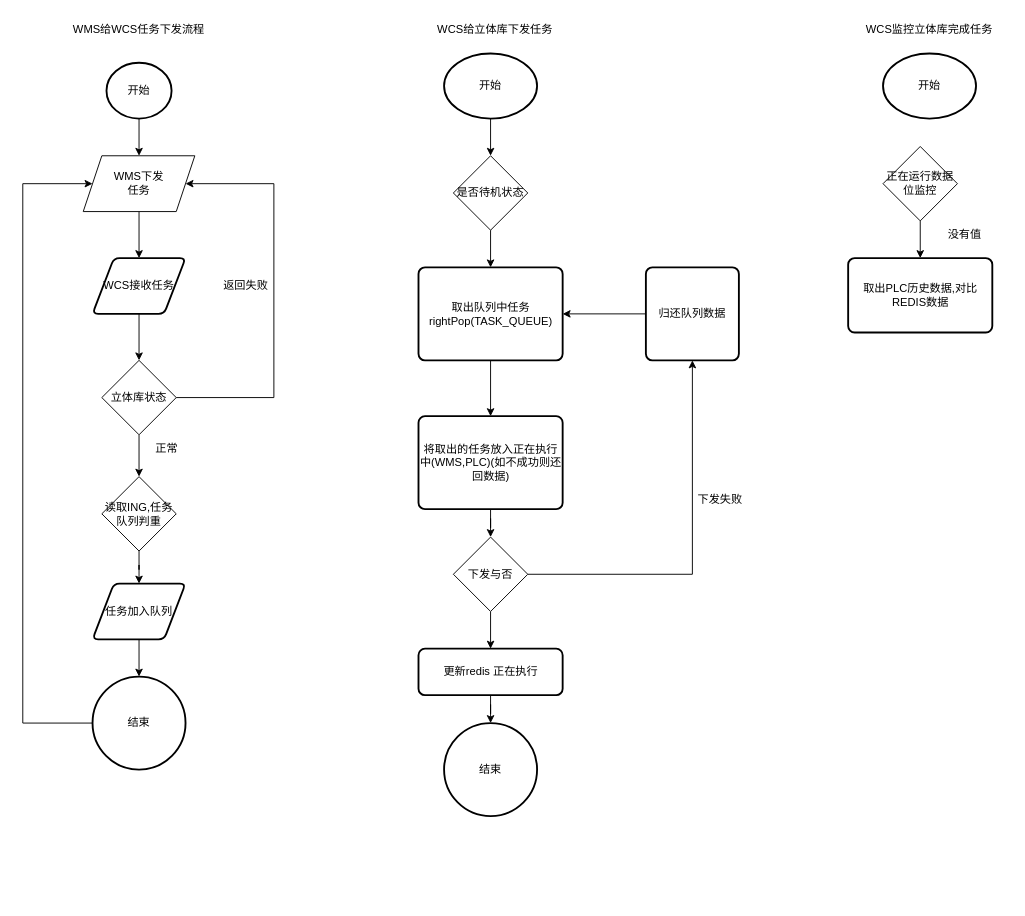
This is 下发任务流程.drawio from Godlys/testMap, a draw.io file, before an edit. Source tidied: cells renumbered, new cells numbered last; positions are measured from the earlier drawing's top-left corner, leaving out a move shared by most shapes. Both pictures are drawn from the tidied source at 93%, with x=0, y=0 at pixel (22, 16).
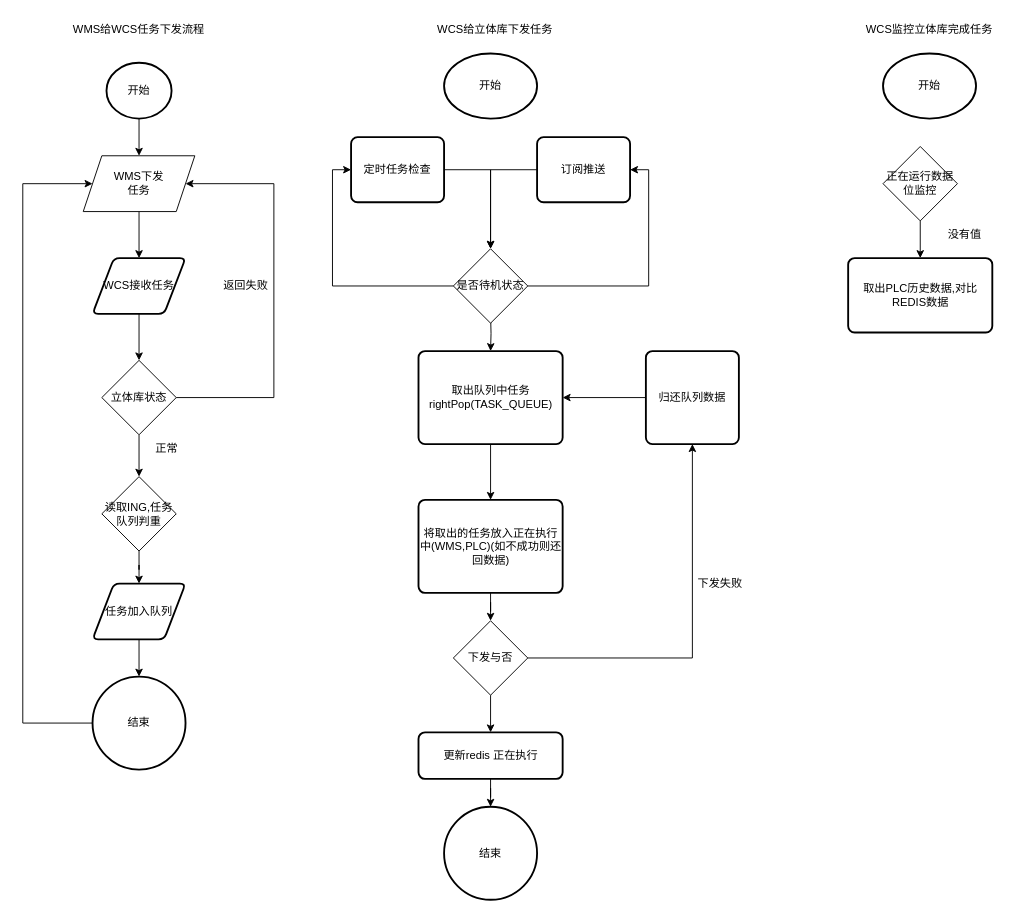
Above is the later version.

Commit message:
更新下发任务流程.drawio

The change refers to these unchanged cells:
```xml
<mxCell id="22" value="开始" style="strokeWidth=2;html=1;shape=mxgraph.flowchart.start_2;whiteSpace=wrap;" parent="1" vertex="1">
  <mxGeometry x="453" y="40" width="100" height="70" as="geometry" />
</mxCell>
```

What changed in the source:
```diff
@@
-    <mxCell id="21" style="edgeStyle=orthogonalEdgeStyle;rounded=0;jettySize=auto;html=1;" parent="1" edge="1" source="22" target="24">
-      <mxGeometry relative="1" as="geometry" />
-    </mxCell>
@@
-    <mxCell id="23" style="edgeStyle=orthogonalEdgeStyle;rounded=0;jettySize=auto;html=1;" parent="1" edge="1" source="24" target="26">
-      <mxGeometry relative="1" as="geometry" />
+    <mxCell id="23" style="edgeStyle=orthogonalEdgeStyle;rounded=0;jettySize=auto;html=1;" parent="1" edge="1" target="26">
+      <mxGeometry relative="1" as="geometry">
+        <mxPoint x="503" y="320" as="sourcePoint" />
+      </mxGeometry>
     </mxCell>
+    <mxCell id="44" style="edgeStyle=orthogonalEdgeStyle;rounded=0;jettySize=auto;html=1;entryX=1;entryY=0.5;entryDx=0;entryDy=0;" parent="1" edge="1" source="24" target="49">
+      <mxGeometry relative="1" as="geometry" />
+    </mxCell>
+    <mxCell id="45" style="edgeStyle=orthogonalEdgeStyle;rounded=0;jettySize=auto;html=1;entryX=0;entryY=0.5;entryDx=0;entryDy=0;" parent="1" edge="1" source="24" target="47">
+      <mxGeometry relative="1" as="geometry" />
+    </mxCell>
     <mxCell id="24" value="是否待机状态" style="rhombus;whiteSpace=wrap;html=1;" parent="1" vertex="1">
-      <mxGeometry x="463" y="150" width="80" height="80" as="geometry" />
+      <mxGeometry x="463" y="250" width="80" height="80" as="geometry" />
     </mxCell>
@@
     <mxCell id="26" value="取出队列中任务rightPop(TASK_QUEUE)" style="rounded=1;whiteSpace=wrap;html=1;absoluteArcSize=1;arcSize=14;strokeWidth=2;" parent="1" vertex="1">
-      <mxGeometry x="425.5" y="270" width="155" height="100" as="geometry" />
+      <mxGeometry x="425.5" y="360" width="155" height="100" as="geometry" />
     </mxCell>
@@
     <mxCell id="28" value="将取出的任务放入正在执行中(WMS,PLC)(如不成功则还回数据)" style="rounded=1;whiteSpace=wrap;html=1;absoluteArcSize=1;arcSize=14;strokeWidth=2;" parent="1" vertex="1">
-      <mxGeometry x="425.5" y="430" width="155" height="100" as="geometry" />
+      <mxGeometry x="425.5" y="520" width="155" height="100" as="geometry" />
     </mxCell>
@@
     <mxCell id="30" value="更新redis 正在执行" style="rounded=1;whiteSpace=wrap;html=1;absoluteArcSize=1;arcSize=14;strokeWidth=2;" parent="1" vertex="1">
-      <mxGeometry x="425.5" y="680" width="155" height="50" as="geometry" />
+      <mxGeometry x="425.5" y="770" width="155" height="50" as="geometry" />
     </mxCell>
@@
     <mxCell id="33" value="下发与否" style="rhombus;whiteSpace=wrap;html=1;" parent="1" vertex="1">
-      <mxGeometry x="463" y="560" width="80" height="80" as="geometry" />
+      <mxGeometry x="463" y="650" width="80" height="80" as="geometry" />
     </mxCell>
@@
     <mxCell id="35" value="归还队列数据" style="rounded=1;whiteSpace=wrap;html=1;absoluteArcSize=1;arcSize=14;strokeWidth=2;" parent="1" vertex="1">
-      <mxGeometry x="670" y="270" width="100" height="100" as="geometry" />
+      <mxGeometry x="670" y="360" width="100" height="100" as="geometry" />
     </mxCell>
     <mxCell id="36" value="下发失败" style="text;html=1;align=center;verticalAlign=middle;whiteSpace=wrap;rounded=0;" parent="1" vertex="1">
-      <mxGeometry x="720" y="505" width="60" height="30" as="geometry" />
+      <mxGeometry x="720" y="595" width="60" height="30" as="geometry" />
     </mxCell>
     <mxCell id="37" value="结束" style="strokeWidth=2;html=1;shape=mxgraph.flowchart.start_2;whiteSpace=wrap;" parent="1" vertex="1">
-      <mxGeometry x="453" y="760" width="100" height="100" as="geometry" />
+      <mxGeometry x="453" y="850" width="100" height="100" as="geometry" />
     </mxCell>
@@
+    <mxCell id="46" style="edgeStyle=orthogonalEdgeStyle;rounded=0;jettySize=auto;html=1;" parent="1" edge="1" source="47" target="24">
+      <mxGeometry relative="1" as="geometry" />
+    </mxCell>
+    <mxCell id="47" value="定时任务检查" style="rounded=1;whiteSpace=wrap;html=1;absoluteArcSize=1;arcSize=14;strokeWidth=2;" parent="1" vertex="1">
+      <mxGeometry x="353" y="130" width="100" height="70" as="geometry" />
+    </mxCell>
+    <mxCell id="48" style="edgeStyle=orthogonalEdgeStyle;rounded=0;jettySize=auto;html=1;entryX=0.5;entryY=0;entryDx=0;entryDy=0;" parent="1" edge="1" source="49" target="24">
+      <mxGeometry relative="1" as="geometry" />
+    </mxCell>
+    <mxCell id="49" value="订阅推送" style="rounded=1;whiteSpace=wrap;html=1;absoluteArcSize=1;arcSize=14;strokeWidth=2;" parent="1" vertex="1">
+      <mxGeometry x="553" y="130" width="100" height="70" as="geometry" />
+    </mxCell>
```
